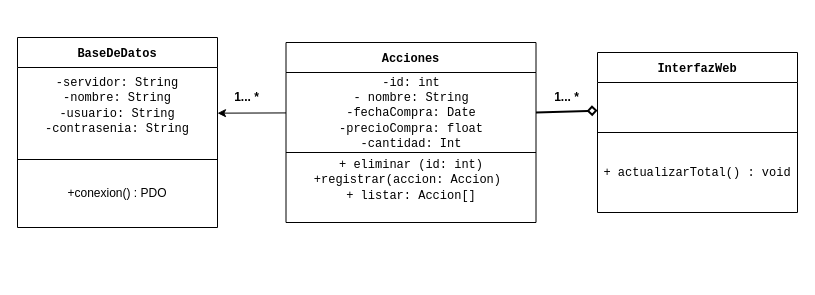
ErikMLC/Proyecto_CyESw keeps this draw.io diagram as 2.-Desing/Diagrama_De_Clases.drawio. Above is the earlier version. Source tidied: cells renumbered, new cells numbered last; positions are measured from the earlier drawing's top-left corner, leaving out a move shared by most shapes. Both pictures are drawn from the tidied source at 100%, with x=0, y=0 at pixel (17, 37).
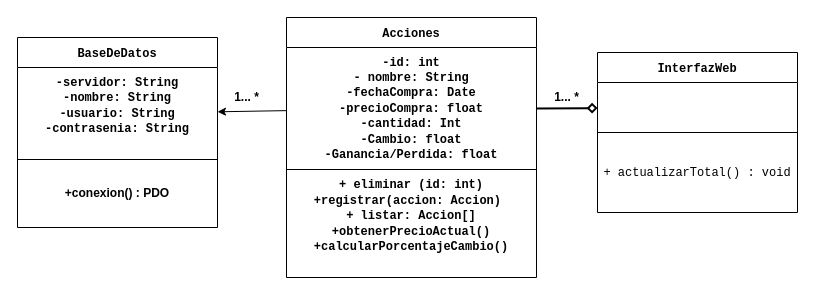
After the change.

Unchanged cells that the change refers to:
```xml
<mxCell id="15" style="shape=tableRow;horizontal=0;startSize=0;swimlaneHead=0;swimlaneBody=0;strokeColor=inherit;top=0;left=0;bottom=0;right=0;fillColor=none;points=[[0,0.5],[1,0.5]];portConstraint=eastwest;" parent="14" vertex="1">
  <mxGeometry y="30" width="200" height="92" as="geometry" />
</mxCell>
<mxCell id="17" style="shape=tableRow;horizontal=0;startSize=0;swimlaneHead=0;swimlaneBody=0;strokeColor=inherit;top=0;left=0;bottom=0;right=0;fillColor=none;" parent="14" vertex="1">
  <mxGeometry y="122" width="200" height="68" as="geometry" />
</mxCell>
```

Diff of the diagram source:
```diff
@@
     <mxCell id="9" value="Acciones" style="shape=table;startSize=30;childLayout=tableLayout;fontFamily=Courier New;fontStyle=1;" parent="1" vertex="1">
-      <mxGeometry x="268.5" y="5" width="250" height="180" as="geometry" />
+      <mxGeometry x="269" y="-20" width="250" height="260" as="geometry" />
     </mxCell>
     <mxCell id="10" style="shape=tableRow;horizontal=0;startSize=0;swimlaneHead=0;swimlaneBody=0;strokeColor=inherit;top=0;left=0;bottom=0;right=0;fillColor=none;points=[[0,0.5],[1,0.5]];portConstraint=eastwest;" parent="9" vertex="1">
-      <mxGeometry y="30" width="250" height="80" as="geometry" />
+      <mxGeometry y="30" width="250" height="122" as="geometry" />
     </mxCell>
-    <mxCell id="11" value="&lt;font face=&quot;Courier New&quot;&gt;-id: int&lt;br&gt;- nombre: String&lt;br&gt;-fechaCompra: Date&lt;br&gt;-precioCompra: float&lt;br&gt;-cantidad: Int&lt;/font&gt;" style="shape=partialRectangle;html=1;whiteSpace=wrap;strokeColor=inherit;overflow=hidden;fillColor=none;top=0;left=0;bottom=0;right=0;" parent="10" vertex="1">
-      <mxGeometry width="250" height="80" as="geometry" />
+    <mxCell id="11" value="&lt;font face=&quot;Courier New&quot;&gt;&lt;b&gt;-id: int&lt;br&gt;- nombre: String&lt;br&gt;-fechaCompra: Date&lt;br&gt;-precioCompra: float&lt;br&gt;-cantidad: Int&lt;br&gt;-Cambio: float&lt;br&gt;-Ganancia/Perdida: float&lt;/b&gt;&lt;br&gt;&lt;/font&gt;" style="shape=partialRectangle;html=1;whiteSpace=wrap;strokeColor=inherit;overflow=hidden;fillColor=none;top=0;left=0;bottom=0;right=0;" parent="10" vertex="1">
+      <mxGeometry width="250" height="122" as="geometry" />
     </mxCell>
     <mxCell id="12" style="shape=tableRow;horizontal=0;startSize=0;swimlaneHead=0;swimlaneBody=0;strokeColor=inherit;top=0;left=0;bottom=0;right=0;fillColor=none;" parent="9" vertex="1">
-      <mxGeometry y="110" width="250" height="70" as="geometry" />
+      <mxGeometry y="152" width="250" height="108" as="geometry" />
     </mxCell>
-    <mxCell id="13" value="&lt;font face=&quot;Courier New&quot;&gt;+ eliminar (id: int)&lt;br&gt;+registrar(accion: Accion)&amp;nbsp;&lt;br&gt;+ listar: Accion[]&lt;br&gt;&lt;br&gt;&lt;/font&gt;" style="shape=partialRectangle;html=1;whiteSpace=wrap;strokeColor=inherit;overflow=hidden;fillColor=none;top=0;left=0;bottom=0;right=0;" parent="12" vertex="1">
-      <mxGeometry width="250" height="70" as="geometry" />
+    <mxCell id="13" value="&lt;font face=&quot;Courier New&quot;&gt;&lt;b&gt;+ eliminar (id: int)&lt;br&gt;+registrar(accion: Accion)&amp;nbsp;&lt;br&gt;+ listar: Accion[]&lt;br&gt;+obtenerPrecioActual()&lt;br&gt;+calcularPorcentajeCambio()&lt;br&gt;&lt;/b&gt;&lt;br&gt;&lt;/font&gt;" style="shape=partialRectangle;html=1;whiteSpace=wrap;strokeColor=inherit;overflow=hidden;fillColor=none;top=0;left=0;bottom=0;right=0;" parent="12" vertex="1">
+      <mxGeometry width="250" height="108" as="geometry" />
     </mxCell>
@@
-    <mxCell id="16" value="&lt;font face=&quot;Courier New&quot;&gt;-servidor: String&lt;br&gt;-nombre: String&lt;br&gt;-usuario: String&lt;br&gt;-contrasenia: String&lt;br&gt;&lt;br&gt;&lt;/font&gt;" style="shape=partialRectangle;html=1;whiteSpace=wrap;strokeColor=inherit;overflow=hidden;fillColor=none;top=0;left=0;bottom=0;right=0;" parent="15" vertex="1">
+    <mxCell id="16" value="&lt;font face=&quot;Courier New&quot;&gt;&lt;b&gt;-servidor: String&lt;br&gt;-nombre: String&lt;br&gt;-usuario: String&lt;br&gt;-contrasenia: String&lt;br&gt;&lt;/b&gt;&lt;br&gt;&lt;/font&gt;" style="shape=partialRectangle;html=1;whiteSpace=wrap;strokeColor=inherit;overflow=hidden;fillColor=none;top=0;left=0;bottom=0;right=0;" parent="15" vertex="1">
       <mxGeometry width="200" height="92" as="geometry" />
     </mxCell>
@@
-    <mxCell id="18" value="+conexion() : PDO" style="shape=partialRectangle;html=1;whiteSpace=wrap;strokeColor=inherit;overflow=hidden;fillColor=none;top=0;left=0;bottom=0;right=0;" parent="17" vertex="1">
+    <mxCell id="18" value="&lt;b&gt;+conexion() : PDO&lt;/b&gt;" style="shape=partialRectangle;html=1;whiteSpace=wrap;strokeColor=inherit;overflow=hidden;fillColor=none;top=0;left=0;bottom=0;right=0;" parent="17" vertex="1">
       <mxGeometry width="200" height="68" as="geometry" />
     </mxCell>
```
